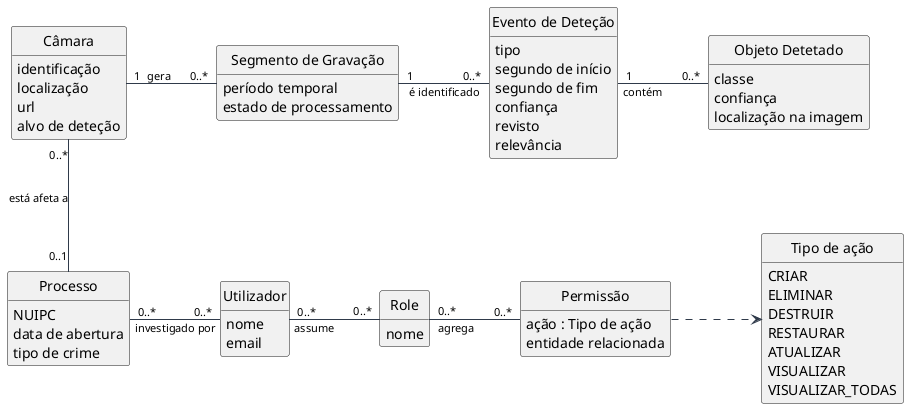
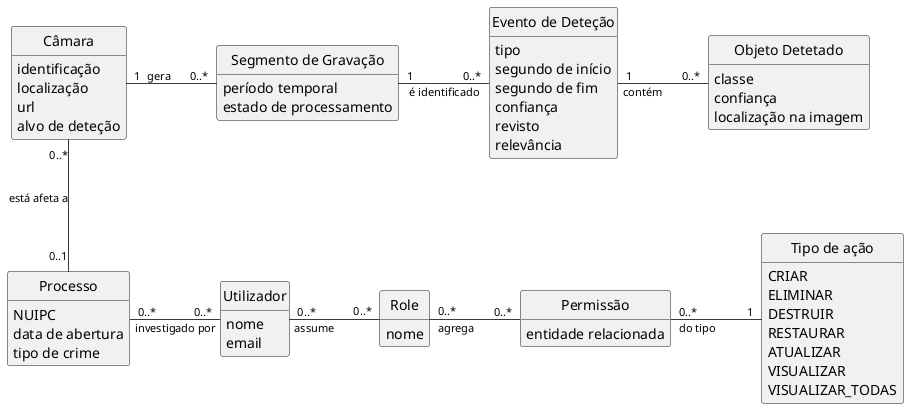
- @startuml newmd
+ @startuml domain-model




hide circle
hide methods
skinparam classAttributeIconSize 0

skinparam linetype ortho
skinparam shadowing false
skinparam nodesep 90
skinparam ranksep 75
skinparam ArrowFontSize 11
skinparam ArrowThickness 1
skinparam ArrowColor #2F3A4A



class "Utilizador" as Utilizador {
  nome
  email
}

class "Role" as Role {
  nome
}

class "Permissão" as Permissao {
-   ação : Tipo de ação
  entidade relacionada
}

class "Processo" as Processo {
  NUIPC
  data de abertura
  tipo de crime
}

class "Câmara" as Camara {
  identificação
  localização
  url
  alvo de deteção
}

class "Segmento de Gravação" as SegmentoGravacao {
  período temporal
  estado de processamento
}

class "Evento de Deteção" as EventoDetecao {
  tipo
  segundo de início
  segundo de fim
  confiança
  revisto
  relevância
}

class "Objeto Detetado" as ObjetoDetetado {
  classe
  confiança
  localização na imagem
}



' enum "classe de deteção" as DetectionTargetClass {
'   person
'   vehicle
' }

' enum "estado de processamento" as SegmentStatus {
'   pending
'   queued
'   processing
'   detected
'   not_detected
'   failed
'   skipped
' }

enum "Tipo de ação" as Action {
  CRIAR
  ELIMINAR
  DESTRUIR
  RESTAURAR
  ATUALIZAR
  VISUALIZAR
  VISUALIZAR_TODAS
}


Utilizador "0..*" -right- "0..*" Role : assume
Role "0..*" -right- "0..*" Permissao : agrega
- Permissao .right.> Action
+ Permissao  "0..*" -right-  "1" Action : do tipo

Processo "0..*" -right- "0..*" Utilizador : investigado por
Camara "0..*" -down- "0..1" Processo : está afeta a
 ' Camara "1" .. "1" DetectionTargetClass : asd

Camara "1" -right- "0..*" SegmentoGravacao : gera
SegmentoGravacao "1" -right- "0..*" EventoDetecao : é identificado
' SegmentoGravacao "1" -right- "1" SegmentStatus : tem estado
EventoDetecao "1" -right- "0..*" ObjetoDetetado : contém




@enduml
